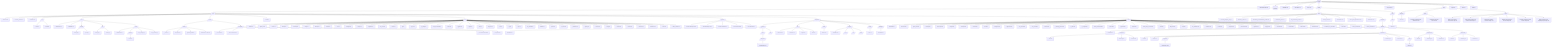
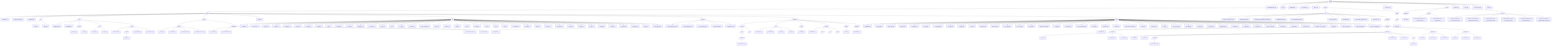
- %% antcrate tree — generated 2026-06-10T22:00:53Z
+ %% antcrate tree — generated 2026-06-10T22:41:56Z
graph TD
  root(["antcrate"])
  1["CONTRIBUTING.md"]
  root --> 1
  2[(LICENSE)]
  root --> 2
  3["README.md"]
  root --> 3
  4["SECURITY.md"]
  root --> 4
  5["SKILL.md"]
  root --> 5
  6[/assets/]
  root --> 6
  6a[/code/]
  6 --> 6a
  6a1["AGENTS.md"]
  6a --> 6a1
  6a2["CLAUDE_CODE.md"]
  6a --> 6a2
  6a3["README.md"]
  6a --> 6a3
  6a4[/bin/]
  6a --> 6a4
  6a4a["antcrate"]
  6a4 --> 6a4a
  6a4b["antcrated"]
  6a4 --> 6a4b
  6a5[/core/]
  6a --> 6a5
  6a5a["CMakeLists.txt"]
  6a5 --> 6a5a
  6a5b["README.md"]
  6a5 --> 6a5b
  6a5c[/include/]
  6a5 --> 6a5c
  6a5c1["canary.hpp"]
  6a5c --> 6a5c1
  6a5c2["json.hpp"]
  6a5c --> 6a5c2
  6a5d[/src/]
  6a5 --> 6a5d
  6a5d1["canary.cpp"]
  6a5d --> 6a5d1
  6a5d2["main.cpp"]
  6a5d --> 6a5d2
  6a5e[/tests/]
  6a5 --> 6a5e
  6a5e1["CMakeLists.txt"]
  6a5e --> 6a5e1
  6a5e2[/doctest/]
  6a5e --> 6a5e2
  6a5e2a["doctest.h"]
  6a5e2 --> 6a5e2a
  6a5e3["test_canary.cpp"]
  6a5e --> 6a5e3
  6a5e4["test_smoke.cpp"]
  6a5e --> 6a5e4
  6a6[/hooks/]
  6a --> 6a6
  6a6a[/claude/]
  6a6 --> 6a6a
  6a6a1["_zones.sh"]
  6a6a --> 6a6a1
  6a6a2["env-guard.sh"]
  6a6a --> 6a6a2
  6a6a3["gateway-guard.sh"]
  6a6a --> 6a6a3
  6a6a4["shellcheck-on-save.sh"]
  6a6a --> 6a6a4
  6a6b[/templates/]
  6a6 --> 6a6b
  6a6b1["pre-commit-ci"]
  6a6b --> 6a6b1
  6a6b2["pre-commit-secrets"]
  6a6b --> 6a6b2
  6a6b3["pre-commit-stack-bash"]
  6a6b --> 6a6b3
  6a6b4["pre-push-tests"]
  6a6b --> 6a6b4
  6a7["install.sh"]
  6a --> 6a7
  6a8[/lib/]
  6a --> 6a8
  6a8a["address.sh"]
  6a8 --> 6a8a
  6a8b["agent_init.sh"]
  6a8 --> 6a8b
  6a8c["anchor.sh"]
  6a8 --> 6a8c
  6a8d["backup.sh"]
  6a8 --> 6a8d
  6a8e["bootstrap.sh"]
  6a8 --> 6a8e
  6a8f["canary.sh"]
  6a8 --> 6a8f
  6a8g["cleanup.sh"]
  6a8 --> 6a8g
  6a8h["commit.sh"]
  6a8 --> 6a8h
  6a8i["cost.sh"]
  6a8 --> 6a8i
  6a8j["delegate.sh"]
  6a8 --> 6a8j
  6a8k["devops.sh"]
  6a8 --> 6a8k
  6a8l["diagrams.sh"]
  6a8 --> 6a8l
  6a8m["env_scan.sh"]
  6a8 --> 6a8m
  6a8n["events.sh"]
  6a8 --> 6a8n
  6a8o["gh.sh"]
  6a8 --> 6a8o
  6a8p["git_init.sh"]
  6a8 --> 6a8p
  6a8q["git_triage.sh"]
  6a8 --> 6a8q
  6a8r["hook_autoinstall.sh"]
  6a8 --> 6a8r
  6a8s["hooks.sh"]
  6a8 --> 6a8s
  6a8t["hygiene.sh"]
  6a8 --> 6a8t
  6a8u["ingest.sh"]
  6a8 --> 6a8u
  6a8v["intel.sh"]
  6a8 --> 6a8v
  6a8w["lifecycle.sh"]
  6a8 --> 6a8w
  6a8x["lock.sh"]
  6a8 --> 6a8x
  6a8y["log.sh"]
  6a8 --> 6a8y
  6a8z["loop.sh"]
  6a8 --> 6a8z
  6a8aa["md_scaffold.sh"]
  6a8 --> 6a8aa
  6a8ab["obsidian.sh"]
  6a8 --> 6a8ab
  6a8ac["profile.sh"]
  6a8 --> 6a8ac
  6a8ad["propose.sh"]
  6a8 --> 6a8ad
  6a8ae["quarantine.sh"]
  6a8 --> 6a8ae
  6a8af["registry.sh"]
  6a8 --> 6a8af
  6a8ag["relocate.sh"]
  6a8 --> 6a8ag
  6a8ah["safety.sh"]
  6a8 --> 6a8ah
  6a8ai["scaffold.sh"]
  6a8 --> 6a8ai
  6a8aj["schema.sh"]
  6a8 --> 6a8aj
  6a8ak["selfcheck.sh"]
  6a8 --> 6a8ak
  6a8al["subbranch.sh"]
  6a8 --> 6a8al
  6a8am["watch.sh"]
  6a8 --> 6a8am
  6a8an["watch_window.sh"]
  6a8 --> 6a8an
  6a9[/systemd/]
  6a --> 6a9
  6a9a["antcrate-backup.service"]
  6a9 --> 6a9a
  6a9b["antcrate-backup.timer"]
  6a9 --> 6a9b
  6a9c["antcrate-intel.service"]
  6a9 --> 6a9c
  6a9d["antcrate-intel.timer"]
  6a9 --> 6a9d
  6a9e["antcrated.service"]
  6a9 --> 6a9e
  6a10[/templates/]
  6a --> 6a10
  6a10a[/_generic/]
  6a10 --> 6a10a
  6a10a1["README.md"]
  6a10a --> 6a10a1
  6a10a2[/docs/]
  6a10a --> 6a10a2
  6a10a2a[/diagrams/]
  6a10a2 --> 6a10a2a
  6a10a2a1["architecture.mmd"]
  6a10a2a --> 6a10a2a1
  6a10a3[/src/]
  6a10a --> 6a10a3
  6a10b[/md/]
  6a10 --> 6a10b
  6a10b1["AGENTS.md"]
  6a10b --> 6a10b1
  6a10b2["CLAUDE.md"]
  6a10b --> 6a10b2
  6a10b3["ledger.md"]
  6a10b --> 6a10b3
  6a10b4["state.md"]
  6a10b --> 6a10b4
  6a10c[/notes/]
  6a10 --> 6a10c
  6a10c1["INDEX.md"]
  6a10c --> 6a10c1
  6a10d[/projects/]
  6a10 --> 6a10d
  6a10d1["README.md"]
  6a10d --> 6a10d1
  6a10d2[/docs/]
  6a10d --> 6a10d2
  6a10d3[/src/]
  6a10d --> 6a10d3
  6a10d4[/tests/]
  6a10d --> 6a10d4
  6a10e[/scripts/]
  6a10 --> 6a10e
  6a10e1["main.sh"]
  6a10e --> 6a10e1
  6a10f[/webapps/]
  6a10 --> 6a10f
  6a10f1["README.md"]
  6a10f --> 6a10f1
  6a11[/tests/]
  6a --> 6a11
  6a11a["README.md"]
  6a11 --> 6a11a
  6a11b["address.bats"]
  6a11 --> 6a11b
  6a11c["agent_init.bats"]
  6a11 --> 6a11c
  6a11d["backup.bats"]
  6a11 --> 6a11d
  6a11e["bootstrap.bats"]
  6a11 --> 6a11e
  6a11f["canary.bats"]
  6a11 --> 6a11f
-   6a11g["cleanup.bats"]
+   6a11g["ci_snapshot.bats"]
  6a11 --> 6a11g
-   6a11h["commit.bats"]
+   6a11h["cleanup.bats"]
  6a11 --> 6a11h
-   6a11i["cost.bats"]
+   6a11i["commit.bats"]
  6a11 --> 6a11i
-   6a11j["delegate.bats"]
+   6a11j["cost.bats"]
  6a11 --> 6a11j
-   6a11k["diagrams.bats"]
+   6a11k["delegate.bats"]
  6a11 --> 6a11k
-   6a11l["env_guard.bats"]
+   6a11l["diagrams.bats"]
  6a11 --> 6a11l
-   6a11m["env_scan.bats"]
+   6a11m["env_guard.bats"]
  6a11 --> 6a11m
-   6a11n["events.bats"]
+   6a11n["env_scan.bats"]
  6a11 --> 6a11n
-   6a11o["gateway_guard.bats"]
+   6a11o["events.bats"]
  6a11 --> 6a11o
-   6a11p["git_init.bats"]
+   6a11p["gateway_guard.bats"]
  6a11 --> 6a11p
-   6a11q["git_triage.bats"]
+   6a11q["git_init.bats"]
  6a11 --> 6a11q
-   6a11r["hook_autoinstall.bats"]
+   6a11r["git_triage.bats"]
  6a11 --> 6a11r
-   6a11s["hooks.bats"]
+   6a11s["hook_autoinstall.bats"]
  6a11 --> 6a11s
-   6a11t["hygiene.bats"]
+   6a11t["hooks.bats"]
  6a11 --> 6a11t
-   6a11u["ingest.bats"]
+   6a11u["hygiene.bats"]
  6a11 --> 6a11u
-   6a11v["install_from_source.bats"]
+   6a11v["ingest.bats"]
  6a11 --> 6a11v
-   6a11w["intel.bats"]
+   6a11w["install_from_source.bats"]
  6a11 --> 6a11w
-   6a11x["lifecycle.bats"]
+   6a11x["intel.bats"]
  6a11 --> 6a11x
-   6a11y["loop.bats"]
+   6a11y["lifecycle.bats"]
  6a11 --> 6a11y
-   6a11z["md_scaffold.bats"]
+   6a11z["loop.bats"]
  6a11 --> 6a11z
-   6a11aa["obsidian.bats"]
+   6a11aa["md_scaffold.bats"]
  6a11 --> 6a11aa
-   6a11ab["profile.bats"]
+   6a11ab["obsidian.bats"]
  6a11 --> 6a11ab
-   6a11ac["propose.bats"]
+   6a11ac["profile.bats"]
  6a11 --> 6a11ac
-   6a11ad["quarantine.bats"]
+   6a11ad["propose.bats"]
  6a11 --> 6a11ad
-   6a11ae["register.bats"]
+   6a11ae["quarantine.bats"]
  6a11 --> 6a11ae
-   6a11af["registry.bats"]
+   6a11af["register.bats"]
  6a11 --> 6a11af
-   6a11ag["relocate.bats"]
+   6a11ag["registry.bats"]
  6a11 --> 6a11ag
-   6a11ah["scaffold.bats"]
+   6a11ah["relocate.bats"]
  6a11 --> 6a11ah
-   6a11ai["schema.bats"]
+   6a11ai["safety_zones.bats"]
  6a11 --> 6a11ai
-   6a11aj["selfcheck.bats"]
+   6a11aj["scaffold.bats"]
  6a11 --> 6a11aj
-   6a11ak["shellcheck_on_save.bats"]
+   6a11ak["schema.bats"]
  6a11 --> 6a11ak
-   6a11al["watch.bats"]
+   6a11al["selfcheck.bats"]
  6a11 --> 6a11al
-   6a11am["watch_smoke.bats"]
+   6a11am["shellcheck_on_save.bats"]
  6a11 --> 6a11am
-   6a11an["watch_window.bats"]
+   6a11an["watch.bats"]
  6a11 --> 6a11an
+   6a11ao["watch_smoke.bats"]
+   6a11 --> 6a11ao
+   6a11ap["watch_window.bats"]
+   6a11 --> 6a11ap
+   6a11aq["wrapper_dispatch.bats"]
+   6a11 --> 6a11aq
  6b[/docs/]
  6 --> 6b
  6b1["AntCrate_blueprint_v0.pdf"]
  6b --> 6b1
  6b2["BUNDLE_SPEC.md"]
  6b --> 6b2
  6b3["DIAGRAM_AUTOMATION_GUIDE.md"]
  6b --> 6b3
  6b4["DIAGRAM_PLAN.md"]
  6b --> 6b4
  6b5["GH_PIPELINE_PLAN.md"]
  6b --> 6b5
  6b6["HOOK_PLAN.md"]
  6b --> 6b6
  6b7["PATTERNS.md"]
  6b --> 6b7
  6b8["POST_DEV_BACKLOG.md"]
  6b --> 6b8
  6b9["architecture.md"]
  6b --> 6b9
  6b10[/examples/]
  6b --> 6b10
  6b10a[/bundles/]
  6b10 --> 6b10a
  6b10a1["README.md"]
  6b10a --> 6b10a1
  6b10a2[/composite/]
  6b10a --> 6b10a2
  6b10a2a["STATUS"]
  6b10a2 --> 6b10a2a
  6b10a2b["manifest.json"]
  6b10a2 --> 6b10a2b
  6b10a2c["research.md"]
  6b10a2 --> 6b10a2c
  6b10a3[/git-pinned/]
  6b10a --> 6b10a3
  6b10a3a["STATUS"]
  6b10a3 --> 6b10a3a
  6b10a3b["claude.md"]
  6b10a3 --> 6b10a3b
  6b10a3c[/diagrams/]
  6b10a3 --> 6b10a3c
  6b10a3c1["architecture.mmd"]
  6b10a3c --> 6b10a3c1
  6b10a3d["manifest.json"]
  6b10a3 --> 6b10a3d
  6b10a3e["research.md"]
  6b10a3 --> 6b10a3e
  6b10a3f[/skill/]
  6b10a3 --> 6b10a3f
  6b10a3f1["SKILL.md"]
  6b10a3f --> 6b10a3f1
  6b10a4[/supersedes/]
  6b10a --> 6b10a4
  6b10a4a["STATUS"]
  6b10a4 --> 6b10a4a
  6b10a4b["manifest.json"]
  6b10a4 --> 6b10a4b
  6b10a4c["research.md"]
  6b10a4 --> 6b10a4c
  6b10a5[/theoretical/]
  6b10a --> 6b10a5
  6b10a5a["STATUS"]
  6b10a5 --> 6b10a5a
  6b10a5b["manifest.json"]
  6b10a5 --> 6b10a5b
  6b10a5c["research.md"]
  6b10a5 --> 6b10a5c
  6c[/skills/]
  6 --> 6c
  6c1[/intel/]
  6c --> 6c1
  6c1a["SKILL.md"]
  6c1 --> 6c1a
  7["composes.md"]
  root --> 7
  8[/docs/]
  root --> 8
  8a[/diagrams/]
  8 --> 8a
  8a1["tree.mmd"]
  8a --> 8a1
  8b[/plans/]
  8 --> 8b
  8b1["2026-06-01-gateway-rule-violations-fix.md"]
  8b --> 8b1
  8b2["2026-06-06-relocate-command.md"]
  8b --> 8b2
  8c[/specs/]
  8 --> 8c
  8c1["2026-05-31-harness-enforcement-layer.md"]
  8c --> 8c1
  8c2["2026-06-01-gateway-rule-violations-fix-design.md"]
  8c --> 8c2
  8c3["2026-06-06-relocate-command-design.md"]
  8c --> 8c3
  8c4["2026-06-09-loop-engine-harness-design.md"]
  8c --> 8c4
  8c5["2026-06-10-anthropic-intel-tracker-design.md"]
  8c --> 8c5
  8c6["2026-06-10-anycrate-capability-layer-design.md"]
  8c --> 8c6
  9["ledger.md"]
  root --> 9
  10["stack.md"]
  root --> 10
-   11["state.md"]
+   11["state-archive.md"]
  root --> 11
+   12["state.md"]
+   root --> 12
